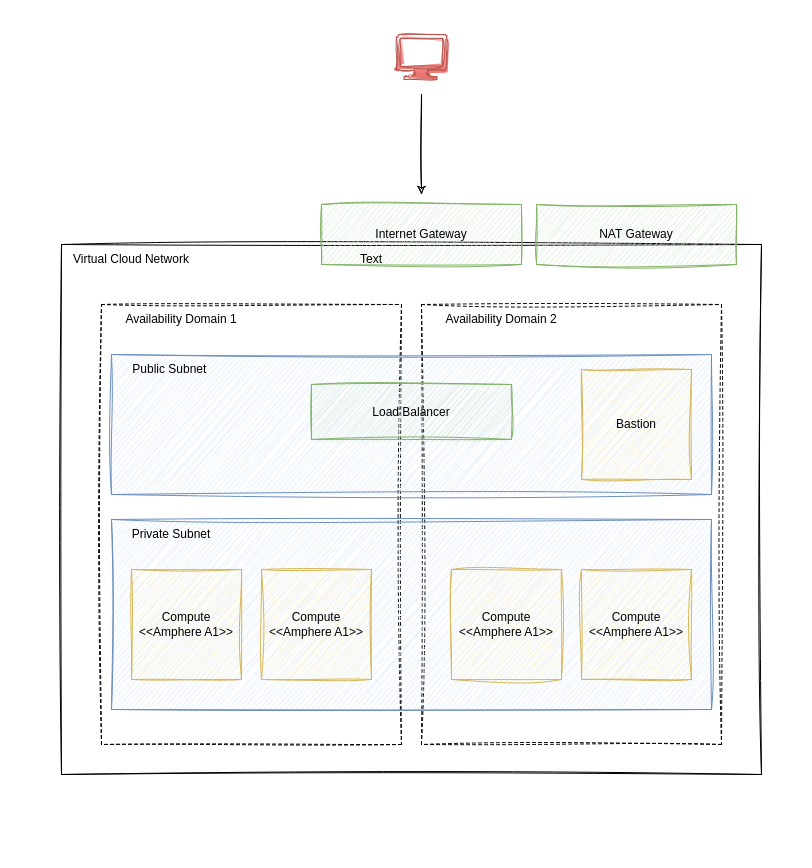
Earlier version of the draw.io diagram documentation/diagrams/OCI-Cloud-Architecture.drawio (dafywinf/k3s-oci-deployment). Source tidied: cells renumbered, new cells numbered last; positions are measured from the earlier drawing's top-left corner, leaving out a move shared by most shapes. Both pictures are drawn from the tidied source at 100%, with x=0, y=0 at pixel (61, 34).
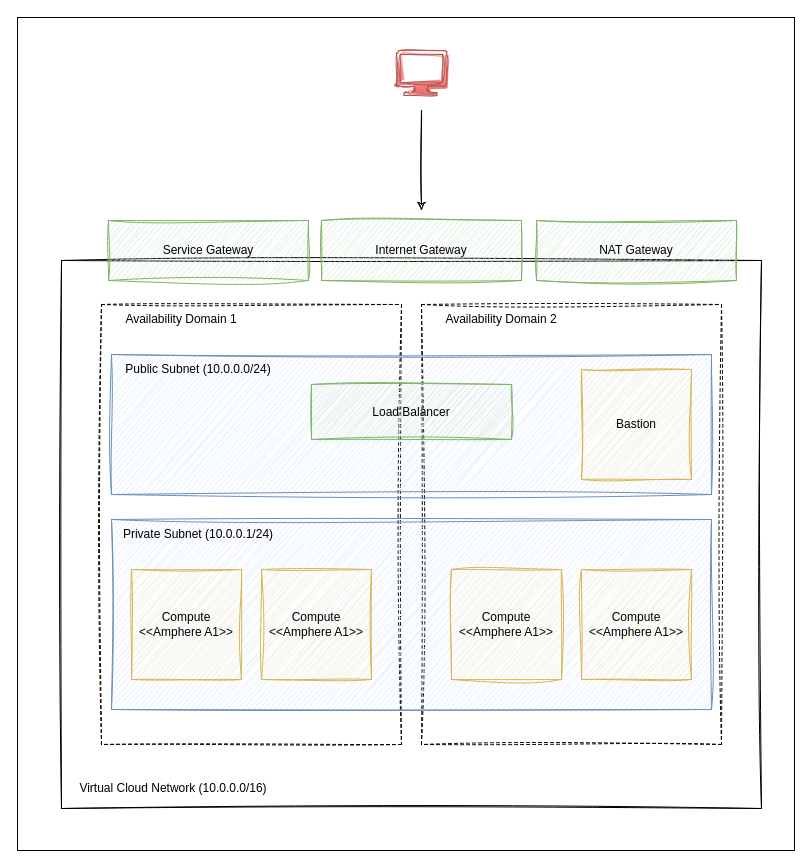
The same page after the edit.

Diff of the diagram source:
```diff
@@
-<mxGraphModel background="#FFFFFF">
+<mxGraphModel>
@@
+    <mxCell id="23" style="rounded=0;whiteSpace=wrap;html=1;hachureGap=4;fontFamily=Architects Daughter;fontSize=20;" parent="1" vertex="1">
+      <mxGeometry x="-44" y="-17" width="777" height="833" as="geometry" />
+    </mxCell>
     <mxCell id="2" style="rounded=0;whiteSpace=wrap;html=1;sketch=1;curveFitting=1;jiggle=2;" parent="1" vertex="1">
-      <mxGeometry y="210" width="700" height="530" as="geometry" />
+      <mxGeometry y="226" width="700" height="548" as="geometry" />
     </mxCell>
@@
-    <mxCell id="4" value="Virtual Cloud Network" style="text;html=1;align=center;verticalAlign=middle;whiteSpace=wrap;rounded=0;labelPosition=center;verticalLabelPosition=middle;" parent="1" vertex="1">
-      <mxGeometry x="10" y="210" width="120" height="30" as="geometry" />
+    <mxCell id="4" value="Virtual Cloud Network (10.0.0.0/16)" style="text;html=1;align=center;verticalAlign=middle;whiteSpace=wrap;rounded=0;labelPosition=center;verticalLabelPosition=middle;" parent="1" vertex="1">
+      <mxGeometry y="739" width="224" height="30" as="geometry" />
     </mxCell>
@@
-    <mxCell id="7" value="Private Subnet" style="text;html=1;align=center;verticalAlign=middle;whiteSpace=wrap;rounded=0;" parent="1" vertex="1">
-      <mxGeometry y="485" width="220" height="30" as="geometry" />
+    <mxCell id="7" value="Private Subnet (10.0.0.1/24)" style="text;html=1;align=center;verticalAlign=middle;whiteSpace=wrap;rounded=0;" parent="1" vertex="1">
+      <mxGeometry x="27" y="485" width="220" height="30" as="geometry" />
     </mxCell>
@@
-    <mxCell id="13" value="Public Subnet&amp;nbsp;" style="text;html=1;align=center;verticalAlign=middle;whiteSpace=wrap;rounded=0;" parent="1" vertex="1">
-      <mxGeometry y="320" width="220" height="30" as="geometry" />
+    <mxCell id="13" value="Public Subnet (10.0.0.0/24)" style="text;html=1;align=center;verticalAlign=middle;whiteSpace=wrap;rounded=0;" parent="1" vertex="1">
+      <mxGeometry x="27" y="320" width="220" height="30" as="geometry" />
     </mxCell>
@@
     <mxCell id="17" style="sketch=1;shadow=0;dashed=0;html=1;strokeColor=#b85450;labelPosition=center;verticalLabelPosition=bottom;verticalAlign=top;align=center;fillColor=#f8cecc;shape=mxgraph.azure.computer;curveFitting=1;jiggle=2;gradientColor=#ea6b66;" parent="1" vertex="1">
-      <mxGeometry x="335" width="50" height="45" as="geometry" />
+      <mxGeometry x="335" y="16" width="50" height="45" as="geometry" />
     </mxCell>
     <mxCell id="18" style="endArrow=classic;html=1;rounded=0;sketch=1;curveFitting=1;jiggle=2;" parent="1" edge="1">
       <mxGeometry relative="1" as="geometry">
-        <mxPoint x="360" y="60" as="sourcePoint" />
-        <mxPoint x="360" y="160" as="targetPoint" />
+        <mxPoint x="360" y="76" as="sourcePoint" />
+        <mxPoint x="360" y="176" as="targetPoint" />
       </mxGeometry>
     </mxCell>
@@
     <mxCell id="20" value="Internet Gateway" style="rounded=0;whiteSpace=wrap;html=1;fillColor=#d5e8d4;strokeColor=#82b366;sketch=1;curveFitting=1;jiggle=2;" parent="1" vertex="1">
-      <mxGeometry x="260" y="170" width="200" height="60" as="geometry" />
+      <mxGeometry x="260" y="186" width="200" height="60" as="geometry" />
     </mxCell>
     <mxCell id="21" value="NAT Gateway" style="rounded=0;whiteSpace=wrap;html=1;fillColor=#d5e8d4;strokeColor=#82b366;sketch=1;curveFitting=1;jiggle=2;" parent="1" vertex="1">
-      <mxGeometry x="475" y="170" width="200" height="60" as="geometry" />
+      <mxGeometry x="475" y="186" width="200" height="60" as="geometry" />
     </mxCell>
-    <mxCell id="22" value="Text" style="text;strokeColor=none;align=center;fillColor=none;html=1;verticalAlign=middle;whiteSpace=wrap;rounded=0;" parent="1" vertex="1">
-      <mxGeometry x="280" y="210" width="60" height="30" as="geometry" />
+    <mxCell id="22" value="Service Gateway" style="rounded=0;whiteSpace=wrap;html=1;fillColor=#d5e8d4;strokeColor=#82b366;sketch=1;curveFitting=1;jiggle=2;" parent="1" vertex="1">
+      <mxGeometry x="47" y="186" width="200" height="60" as="geometry" />
     </mxCell>
```
